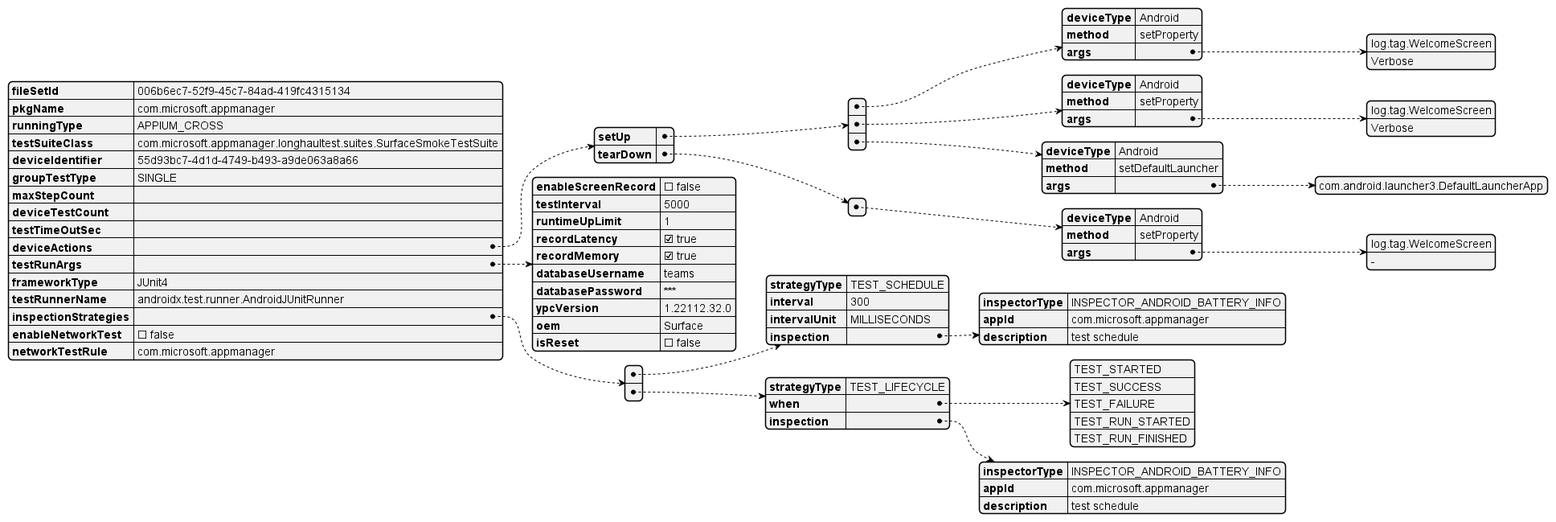
Above: docs/images/UML/test_task_spec_design.png in microsoft/HydraLab (PlantUML), before the change.
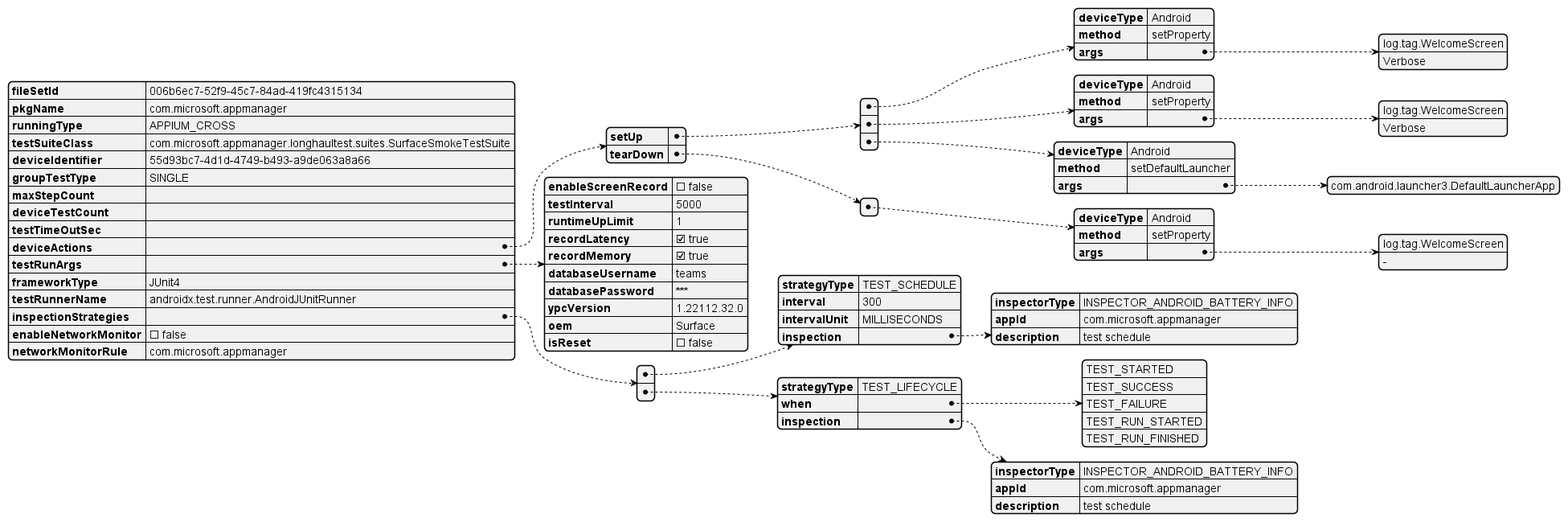
After the change.

The edit, as a diff of the source:
```diff
@@ -72,7 +72,7 @@
              }
          }
     ],
-    "enableNetworkTest": false,
-    "networkTestRule": "com.microsoft.appmanager"
+    "enableNetworkMonitor": false,
+    "networkMonitorRule": "com.microsoft.appmanager"
 }
 @endjson
```
